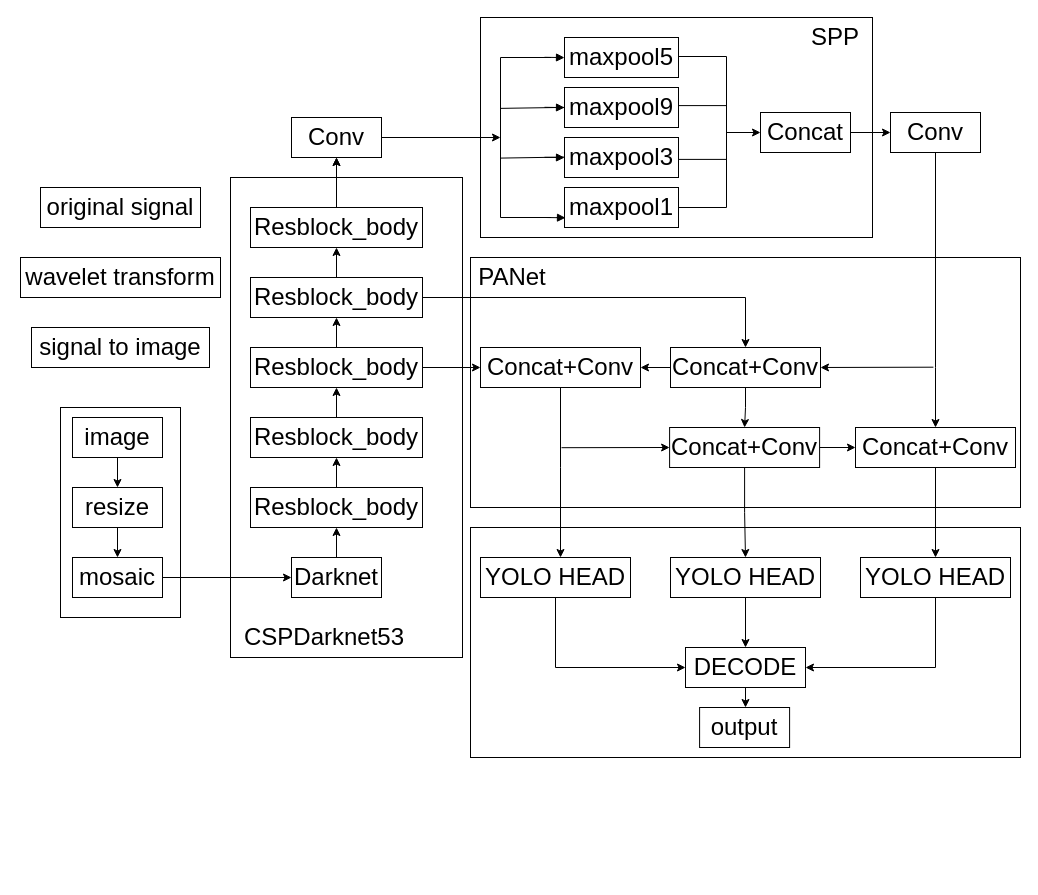
Earlier version of the draw.io diagram page "第 2 页" (1 of 7) of Untitled Diagram.drawio (RyougiShki/hhhh). Source tidied: cells renumbered, new cells numbered last; positions are measured from the earlier drawing's top-left corner, leaving out a move shared by most shapes. Both pictures are drawn from the tidied source at 100%, with x=0, y=0 at pixel (20, 17).
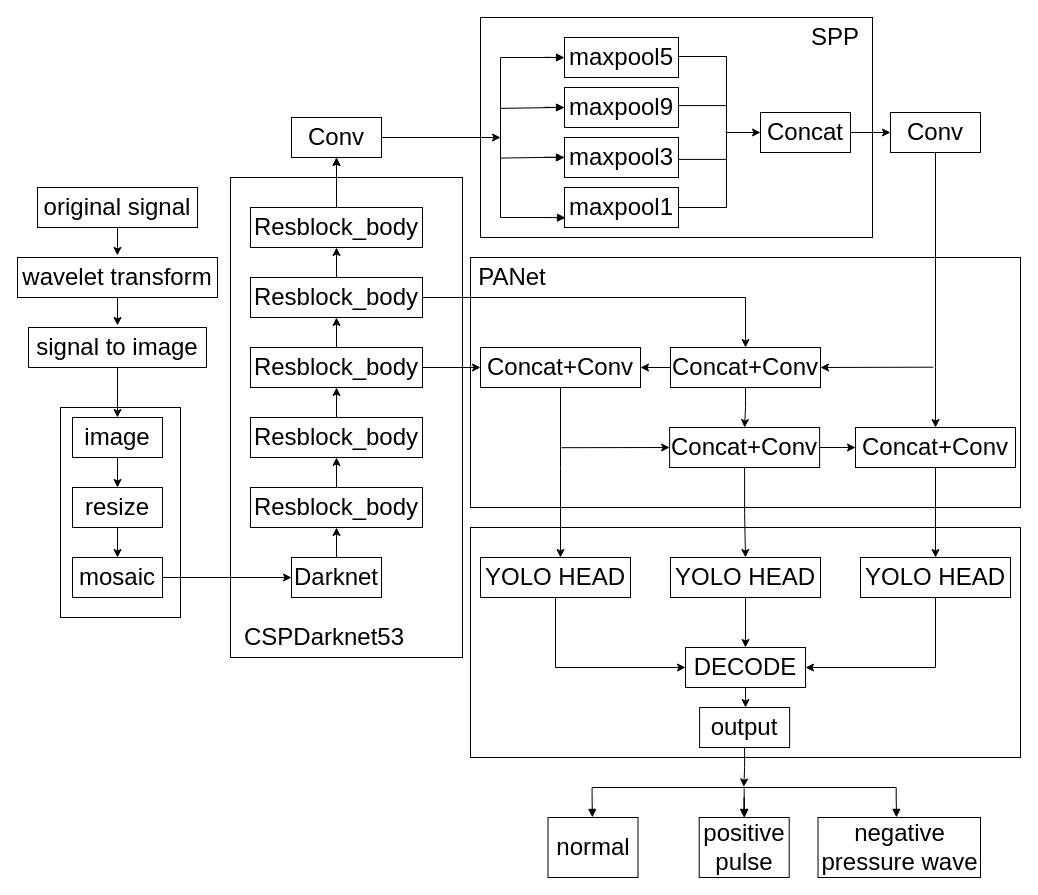
The same page after the edit.

The change refers to these unchanged cells:
```xml
<mxCell id="28" value="&lt;font style=&quot;font-size: 24px&quot;&gt;image&lt;/font&gt;" style="rounded=0;whiteSpace=wrap;html=1;" parent="1" vertex="1">
  <mxGeometry x="52" y="400" width="90" height="40" as="geometry" />
</mxCell>
<mxCell id="65" value="&lt;font style=&quot;font-size: 24px&quot;&gt;output&lt;/font&gt;" style="rounded=0;whiteSpace=wrap;html=1;" parent="1" vertex="1">
  <mxGeometry x="679.1" y="690" width="90" height="40" as="geometry" />
</mxCell>
```

Diff of the diagram source:
```diff
@@
+    <mxCell id="76" style="edgeStyle=orthogonalEdgeStyle;rounded=0;jettySize=auto;html=1;entryX=0.501;entryY=1.06;entryDx=0;entryDy=0;entryPerimeter=0;" parent="1" edge="1" source="65" target="82">
+      <mxGeometry relative="1" as="geometry" />
+    </mxCell>
@@
+    <mxCell id="77" style="edgeStyle=orthogonalEdgeStyle;rounded=0;jettySize=auto;html=1;entryX=0.499;entryY=-0.053;entryDx=0;entryDy=0;entryPerimeter=0;" parent="1" edge="1" source="73" target="74">
+      <mxGeometry relative="1" as="geometry" />
+    </mxCell>
     <mxCell id="73" value="&lt;span style=&quot;font-size: 24px&quot;&gt;original signal&lt;/span&gt;" style="rounded=0;whiteSpace=wrap;html=1;" parent="1" vertex="1">
-      <mxGeometry x="20" y="170" width="160" height="40" as="geometry" />
+      <mxGeometry x="17" y="170" width="160" height="40" as="geometry" />
     </mxCell>
+    <mxCell id="78" style="edgeStyle=orthogonalEdgeStyle;rounded=0;jettySize=auto;html=1;entryX=0.5;entryY=-0.051;entryDx=0;entryDy=0;entryPerimeter=0;" parent="1" edge="1" source="74" target="75">
+      <mxGeometry relative="1" as="geometry" />
+    </mxCell>
     <mxCell id="74" value="&lt;font style=&quot;font-size: 24px&quot;&gt;wavelet transform&lt;/font&gt;" style="rounded=0;whiteSpace=wrap;html=1;" parent="1" vertex="1">
-      <mxGeometry y="240" width="200" height="40" as="geometry" />
+      <mxGeometry x="-3" y="240" width="200" height="40" as="geometry" />
     </mxCell>
+    <mxCell id="79" style="edgeStyle=orthogonalEdgeStyle;rounded=0;jettySize=auto;html=1;" parent="1" edge="1" source="75" target="28">
+      <mxGeometry relative="1" as="geometry" />
+    </mxCell>
     <mxCell id="75" value="&lt;font style=&quot;font-size: 24px&quot;&gt;signal to image&lt;/font&gt;" style="rounded=0;whiteSpace=wrap;html=1;" parent="1" vertex="1">
-      <mxGeometry x="11" y="310" width="178" height="40" as="geometry" />
+      <mxGeometry x="8" y="310" width="178" height="40" as="geometry" />
     </mxCell>
+    <mxCell id="80" style="edgeStyle=orthogonalEdgeStyle;rounded=0;jettySize=auto;html=1;" parent="1" edge="1" source="82" target="85">
+      <mxGeometry relative="1" as="geometry" />
+    </mxCell>
+    <mxCell id="81" style="edgeStyle=orthogonalEdgeStyle;rounded=0;jettySize=auto;html=1;" parent="1" edge="1" source="82" target="85">
+      <mxGeometry relative="1" as="geometry" />
+    </mxCell>
+    <mxCell id="82" style="shape=partialRectangle;whiteSpace=wrap;html=1;bottom=1;right=1;left=1;top=0;fillColor=none;routingCenterX=-0.5;rotation=-180;" parent="1" vertex="1">
+      <mxGeometry x="571.6" y="770" width="304.1" height="10" as="geometry" />
+    </mxCell>
+    <mxCell id="83" style="endArrow=block;endFill=1;endSize=6;html=1;exitX=0.5;exitY=0.919;exitDx=0;exitDy=0;exitPerimeter=0;" parent="1" edge="1" source="82">
+      <mxGeometry relative="1" as="geometry">
+        <mxPoint x="723.8" y="799.9" as="targetPoint" />
+      </mxGeometry>
+    </mxCell>
+    <mxCell id="84" style="endArrow=block;endFill=1;endSize=6;html=1;exitX=0.996;exitY=-0.006;exitDx=0;exitDy=0;exitPerimeter=0;" parent="1" edge="1">
+      <mxGeometry relative="1" as="geometry">
+        <mxPoint x="571.6" y="780" as="sourcePoint" />
+        <mxPoint x="571.9" y="799.9" as="targetPoint" />
+      </mxGeometry>
+    </mxCell>
+    <mxCell id="85" value="&lt;span style=&quot;font-size: 24px&quot;&gt;positive pulse&lt;/span&gt;" style="rounded=0;whiteSpace=wrap;html=1;" parent="1" vertex="1">
+      <mxGeometry x="678.7" y="800" width="90" height="60" as="geometry" />
+    </mxCell>
+    <mxCell id="86" value="&lt;span style=&quot;font-size: 24px&quot;&gt;negative pressure wave&lt;/span&gt;" style="rounded=0;whiteSpace=wrap;html=1;" parent="1" vertex="1">
+      <mxGeometry x="797.5" y="800" width="162.5" height="60" as="geometry" />
+    </mxCell>
+    <mxCell id="87" value="&lt;span style=&quot;font-size: 24px&quot;&gt;normal&lt;/span&gt;" style="rounded=0;whiteSpace=wrap;html=1;" parent="1" vertex="1">
+      <mxGeometry x="527.5" y="800" width="90" height="60" as="geometry" />
+    </mxCell>
+    <mxCell id="88" style="endArrow=block;endFill=1;endSize=6;html=1;exitX=0.996;exitY=-0.006;exitDx=0;exitDy=0;exitPerimeter=0;" parent="1" edge="1">
+      <mxGeometry relative="1" as="geometry">
+        <mxPoint x="875.7" y="780" as="sourcePoint" />
+        <mxPoint x="876" y="799.9" as="targetPoint" />
+      </mxGeometry>
+    </mxCell>
```
